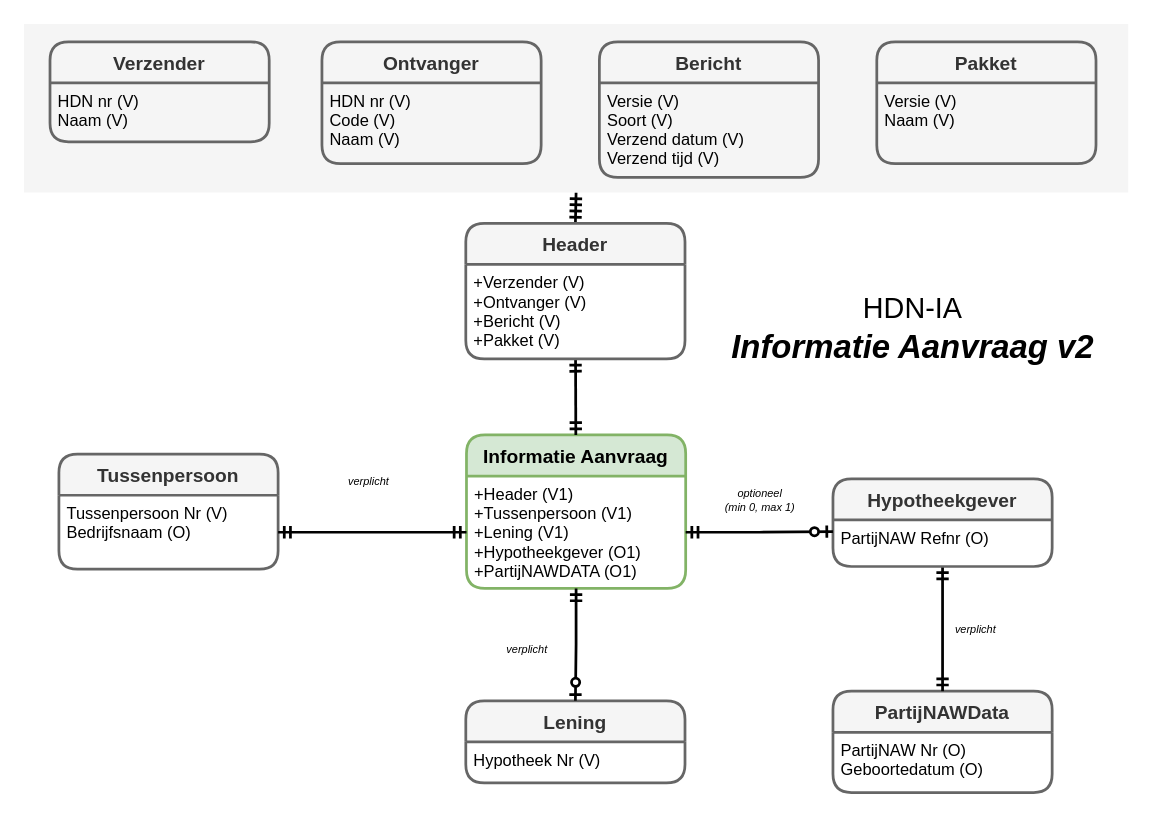
Earlier version of the draw.io diagram page "IA" (1 of 9) of 3rdParty-HDN.drawio (luchthandel/diagrams). Source tidied: cells renumbered, new cells numbered last; positions are measured from the earlier drawing's top-left corner, leaving out a move shared by most shapes. Both pictures are drawn from the tidied source at 137%, with x=0, y=0 at pixel (23, 23).
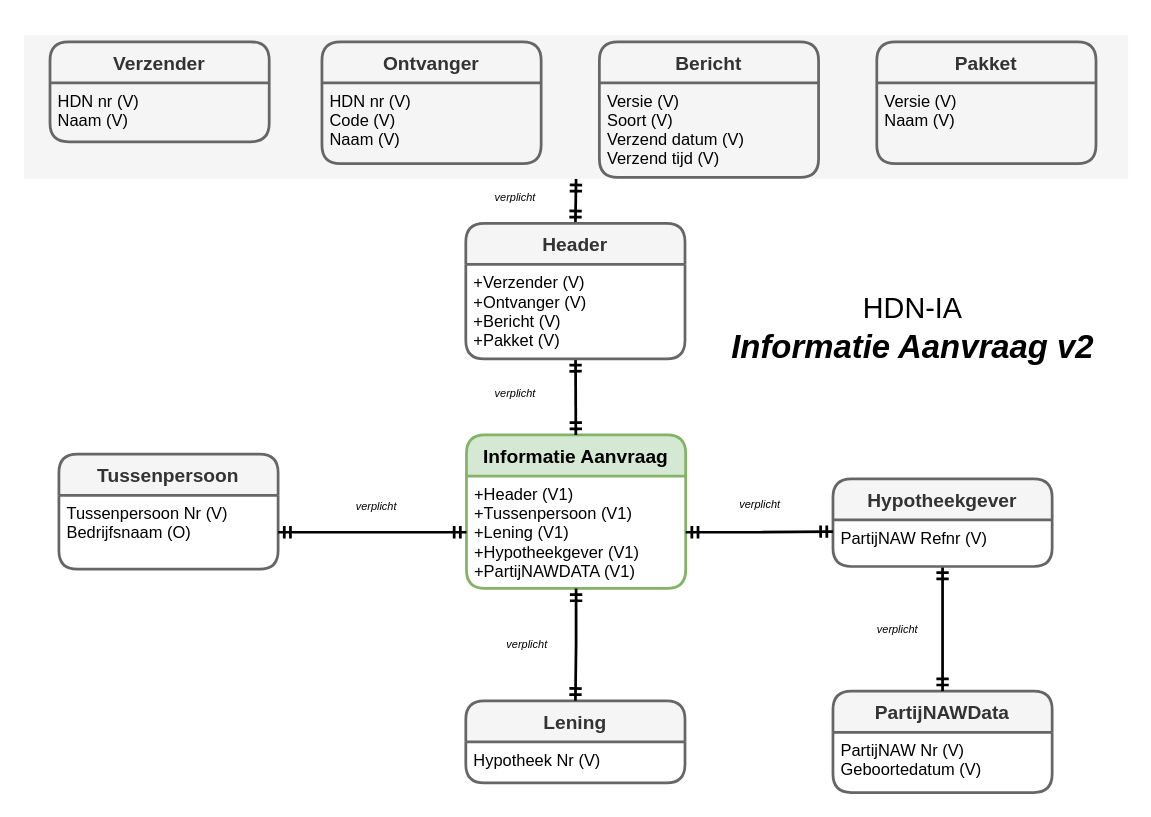
Above is the later version.

Unchanged cells that the change refers to:
```xml
<mxCell id="4" value="PartijNAWData" style="swimlane;horizontal=1;startSize=30;fillColor=#f5f5f5;fontColor=#333333;rounded=1;fontSize=14;fontStyle=1;strokeWidth=2;shadow=0;dashed=0;align=center;strokeColor=#666666;" parent="1" vertex="1">
  <mxGeometry x="590.5" y="487" width="160" height="74" as="geometry" />
</mxCell>
<mxCell id="9" value="Lening" style="swimlane;horizontal=1;startSize=30;fillColor=#f5f5f5;rounded=1;fontSize=14;fontStyle=1;strokeWidth=2;shadow=0;dashed=0;align=center;strokeColor=#666666;fontColor=#333333;" parent="1" vertex="1">
  <mxGeometry x="322.5" y="494" width="160" height="60" as="geometry" />
</mxCell>
<mxCell id="11" value="Hypotheekgever" style="swimlane;horizontal=1;startSize=30;fillColor=#f5f5f5;fontColor=#333333;rounded=1;fontSize=14;fontStyle=1;strokeWidth=2;shadow=0;dashed=0;align=center;strokeColor=#666666;" parent="1" vertex="1">
  <mxGeometry x="590.5" y="332" width="160" height="64" as="geometry" />
</mxCell>
<mxCell id="13" value="Informatie Aanvraag" style="swimlane;horizontal=1;startSize=30;fillColor=#d5e8d4;rounded=1;fontSize=14;fontStyle=1;strokeWidth=2;shadow=0;dashed=0;align=center;strokeColor=#82b366;" parent="1" vertex="1">
  <mxGeometry x="323" y="300" width="160" height="112" as="geometry" />
</mxCell>
```

The edit, as a diff of the source:
```diff
@@
-    <mxCell id="5" value="PartijNAW Nr (O)&#10;Geboortedatum (O)" style="align=left;strokeColor=none;fillColor=none;spacingLeft=4;fontSize=12;verticalAlign=top;" parent="4" vertex="1">
+    <mxCell id="5" value="PartijNAW Nr (V)&#10;Geboortedatum (V)" style="align=left;strokeColor=none;fillColor=none;spacingLeft=4;fontSize=12;verticalAlign=top;" parent="4" vertex="1">
       <mxGeometry y="30" width="160" height="44" as="geometry" />
     </mxCell>
@@
-    <mxCell id="12" value="PartijNAW Refnr (O)" style="align=left;strokeColor=none;fillColor=none;spacingLeft=4;fontSize=12;verticalAlign=top;" parent="11" vertex="1">
+    <mxCell id="12" value="PartijNAW Refnr (V)" style="align=left;strokeColor=none;fillColor=none;spacingLeft=4;fontSize=12;verticalAlign=top;" parent="11" vertex="1">
       <mxGeometry y="30" width="160" height="34" as="geometry" />
     </mxCell>
@@
-    <mxCell id="14" value="+Header (V1)&#10;+Tussenpersoon (V1)&#10;+Lening (V1)&#10;+Hypotheekgever (O1)&#10;+PartijNAWDATA (O1)" style="align=left;strokeColor=none;fillColor=none;spacingLeft=4;fontSize=12;verticalAlign=top;" parent="13" vertex="1">
+    <mxCell id="14" value="+Header (V1)&#10;+Tussenpersoon (V1)&#10;+Lening (V1)&#10;+Hypotheekgever (V1)&#10;+PartijNAWDATA (V1)" style="align=left;strokeColor=none;fillColor=none;spacingLeft=4;fontSize=12;verticalAlign=top;" parent="13" vertex="1">
       <mxGeometry y="30" width="160" height="82" as="geometry" />
     </mxCell>
@@
-    <mxCell id="16" style="rounded=0;jettySize=auto;html=1;startArrow=ERmandOne;startFill=0;endArrow=ERzeroToOne;endFill=1;strokeWidth=2;fontSize=8;entryX=0.5;entryY=0;entryDx=0;entryDy=0;exitX=0.5;exitY=1;exitDx=0;exitDy=0;edgeStyle=orthogonalEdgeStyle;" parent="1" edge="1" source="14" target="9">
+    <mxCell id="16" style="rounded=0;jettySize=auto;html=1;startArrow=ERmandOne;startFill=0;endArrow=ERmandOne;endFill=0;strokeWidth=2;fontSize=8;entryX=0.5;entryY=0;entryDx=0;entryDy=0;exitX=0.5;exitY=1;exitDx=0;exitDy=0;edgeStyle=orthogonalEdgeStyle;" parent="1" edge="1" source="14" target="9">
       <mxGeometry relative="1" as="geometry" />
     </mxCell>
-    <mxCell id="17" style="rounded=0;jettySize=auto;html=1;startArrow=ERmandOne;startFill=0;endArrow=ERzeroToOne;endFill=1;strokeWidth=2;fontSize=8;entryX=0;entryY=0.25;entryDx=0;entryDy=0;edgeStyle=orthogonalEdgeStyle;" parent="1" edge="1" source="14" target="12">
+    <mxCell id="17" style="rounded=0;jettySize=auto;html=1;startArrow=ERmandOne;startFill=0;endArrow=ERmandOne;endFill=0;strokeWidth=2;fontSize=8;entryX=0;entryY=0.25;entryDx=0;entryDy=0;edgeStyle=orthogonalEdgeStyle;" parent="1" edge="1" source="14" target="12">
       <mxGeometry relative="1" as="geometry" />
     </mxCell>
-    <mxCell id="18" value="verplicht" style="text;html=1;fontStyle=2;fontSize=8;" parent="1" vertex="1">
-      <mxGeometry x="234.5" y="323" width="50" height="30" as="geometry" />
+    <mxCell id="18" value="verplicht" style="text;html=1;fontStyle=2;fontSize=8;align=center;" parent="1" vertex="1">
+      <mxGeometry x="188" y="341" width="137" height="30" as="geometry" />
     </mxCell>
@@
-    <mxCell id="22" value="verplicht" style="text;html=1;fontStyle=2;fontSize=8;" parent="1" vertex="1">
-      <mxGeometry x="677.5" y="430.5" width="50" height="30" as="geometry" />
+    <mxCell id="22" value="verplicht" style="text;html=1;fontStyle=2;fontSize=8;verticalAlign=middle;" parent="1" vertex="1">
+      <mxGeometry x="621" y="396" width="50" height="91" as="geometry" />
     </mxCell>
-    <mxCell id="23" value="verplicht" style="text;html=1;fontStyle=2;fontSize=8;align=center;" parent="1" vertex="1">
-      <mxGeometry x="341.5" y="445.5" width="50" height="30" as="geometry" />
+    <mxCell id="23" value="verplicht" style="text;html=1;fontStyle=2;fontSize=8;align=center;verticalAlign=middle;" parent="1" vertex="1">
+      <mxGeometry x="342" y="414" width="50" height="78" as="geometry" />
     </mxCell>
-    <mxCell id="24" value="optioneel&lt;br&gt;(min 0, max 1)" style="text;html=1;fontStyle=2;fontSize=8;align=center;" parent="1" vertex="1">
-      <mxGeometry x="512" y="332" width="50" height="30" as="geometry" />
+    <mxCell id="24" value="verplicht" style="text;html=1;fontStyle=2;fontSize=8;align=center;" parent="1" vertex="1">
+      <mxGeometry x="483" y="340" width="107" height="26" as="geometry" />
     </mxCell>
     <mxCell id="25" style="rounded=0;whiteSpace=wrap;html=1;fillColor=#f5f5f5;strokeColor=none;fontColor=#333333;" parent="1" vertex="1">
-      <mxGeometry width="806" height="123" as="geometry" />
+      <mxGeometry y="8" width="806" height="105" as="geometry" />
     </mxCell>
@@
+    <mxCell id="34" value="verplicht" style="text;html=1;fontStyle=2;fontSize=8;" parent="1" vertex="1">
+      <mxGeometry x="341.5" y="259" width="50" height="30" as="geometry" />
+    </mxCell>
+    <mxCell id="35" value="verplicht" style="text;html=1;fontStyle=2;fontSize=8;" parent="1" vertex="1">
+      <mxGeometry x="341.5" y="115.5" width="50" height="30" as="geometry" />
+    </mxCell>
```
